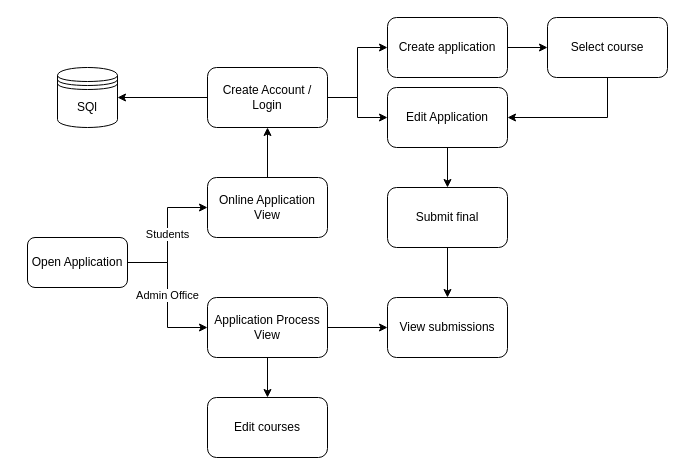
Above: Phase1/flow diagram.drawio in benricok/Delphi-PAT2022-Gr12 (draw.io), before the change. Source tidied: cells renumbered, new cells numbered last; positions are measured from the earlier drawing's top-left corner, leaving out a move shared by most shapes. Both pictures are drawn from the tidied source at 100%, with x=0, y=0 at pixel (27, 17).
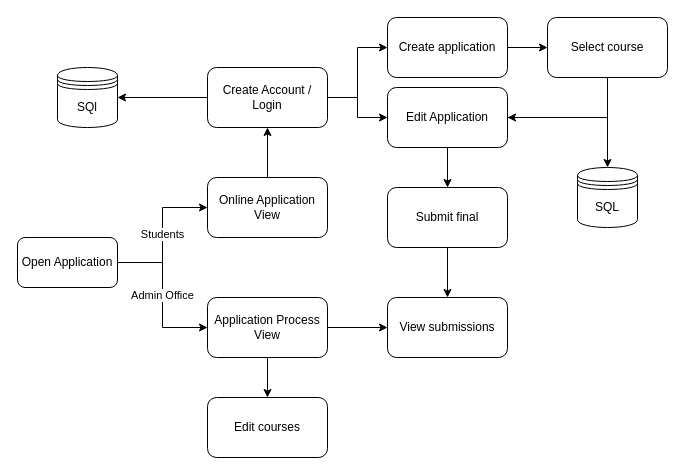
Above is the later version.

Unchanged cells that the change refers to:
```xml
<mxCell id="17" value="Edit Application" style="whiteSpace=wrap;html=1;rounded=1;" parent="1" vertex="1">
  <mxGeometry x="360" y="70" width="120" height="60" as="geometry" />
</mxCell>
```

Change to the diagram source:
```diff
@@
     <mxCell id="4" value="Open Application" style="rounded=1;whiteSpace=wrap;html=1;" parent="1" vertex="1">
-      <mxGeometry y="220" width="100" height="50" as="geometry" />
+      <mxGeometry x="-10" y="220" width="100" height="50" as="geometry" />
     </mxCell>
@@
+    <mxCell id="25" style="edgeStyle=orthogonalEdgeStyle;rounded=0;jettySize=auto;html=1;entryX=0.5;entryY=0;entryDx=0;entryDy=0;" parent="1" edge="1" source="17" target="26">
+      <mxGeometry relative="1" as="geometry" />
+    </mxCell>
@@
+    <mxCell id="26" value="SQL" style="shape=datastore;whiteSpace=wrap;html=1;" parent="1" vertex="1">
+      <mxGeometry x="550" y="150" width="60" height="60" as="geometry" />
+    </mxCell>
```
